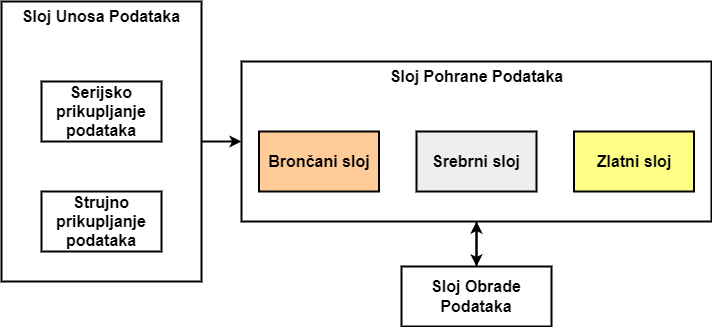
IvanDerdicDer/seminar2 keeps this draw.io diagram as images/arhitektura.drawio.png. Above is the earlier version. Source tidied: cells renumbered, new cells last; positions are measured from the earlier drawing's top-left corner, leaving out a move shared by most shapes.
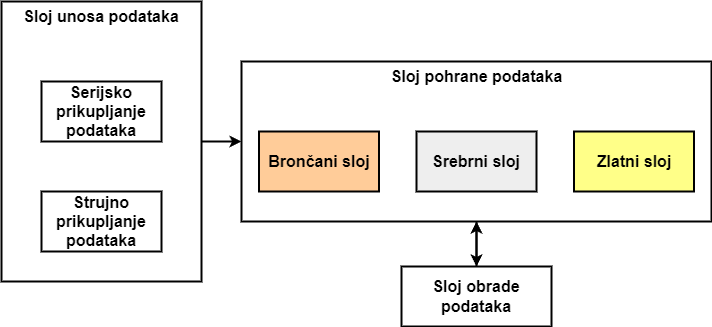
Later version of the same file.

Change to the diagram source:
```diff
@@ -8,7 +8,7 @@
     <mxCell id="3" style="rounded=0;whiteSpace=wrap;html=1;fontStyle=1;fontSize=16;strokeWidth=2;strokeColor=#000000;" parent="1" vertex="1">
       <mxGeometry width="200" height="280" as="geometry" />
     </mxCell>
-    <mxCell id="4" value="&lt;font style=&quot;font-size: 16px;&quot;&gt;Sloj Unosa Podataka&lt;/font&gt;" style="text;html=1;strokeColor=none;fillColor=none;align=center;verticalAlign=middle;whiteSpace=wrap;rounded=0;fontStyle=1;fontSize=16;strokeWidth=2;" parent="1" vertex="1">
+    <mxCell id="4" value="&lt;font style=&quot;font-size: 16px;&quot;&gt;Sloj unosa podataka&lt;/font&gt;" style="text;html=1;strokeColor=none;fillColor=none;align=center;verticalAlign=middle;whiteSpace=wrap;rounded=0;fontStyle=1;fontSize=16;strokeWidth=2;" parent="1" vertex="1">
       <mxGeometry x="15" width="170" height="30" as="geometry" />
     </mxCell>
     <mxCell id="5" value="Serijsko prikupljanje podataka" style="rounded=0;whiteSpace=wrap;html=1;fontSize=16;fontStyle=1;strokeWidth=2;strokeColor=#000000;" parent="1" vertex="1">
@@ -23,7 +23,7 @@
     <mxCell id="8" style="rounded=0;whiteSpace=wrap;html=1;fontStyle=1;fontSize=16;strokeWidth=2;strokeColor=#000000;" parent="1" vertex="1">
       <mxGeometry x="240" y="60" width="470" height="160" as="geometry" />
     </mxCell>
-    <mxCell id="9" value="Sloj Pohrane Podataka" style="text;html=1;strokeColor=none;fillColor=none;align=center;verticalAlign=middle;whiteSpace=wrap;rounded=0;fontSize=16;fontStyle=1;strokeWidth=2;" parent="1" vertex="1">
+    <mxCell id="9" value="Sloj pohrane podataka" style="text;html=1;strokeColor=none;fillColor=none;align=center;verticalAlign=middle;whiteSpace=wrap;rounded=0;fontSize=16;fontStyle=1;strokeWidth=2;" parent="1" vertex="1">
       <mxGeometry x="377.5" y="60" width="195" height="30" as="geometry" />
     </mxCell>
     <mxCell id="10" value="Brončani sloj" style="rounded=0;whiteSpace=wrap;html=1;fillColor=#ffcc99;strokeColor=#000000;fontSize=16;fontStyle=1;strokeWidth=2;" parent="1" vertex="1">
@@ -38,7 +38,7 @@
     <mxCell id="13" style="edgeStyle=orthogonalEdgeStyle;rounded=0;jettySize=auto;html=1;entryX=0.5;entryY=1;entryDx=0;entryDy=0;fontStyle=1;fontSize=16;strokeWidth=2;strokeColor=#000000;" parent="1" edge="1" source="14" target="8">
       <mxGeometry relative="1" as="geometry" />
     </mxCell>
-    <mxCell id="14" value="Sloj Obrade Podataka" style="rounded=0;whiteSpace=wrap;html=1;fontSize=16;fontStyle=1;strokeWidth=2;strokeColor=#000000;" parent="1" vertex="1">
+    <mxCell id="14" value="Sloj obrade podataka" style="rounded=0;whiteSpace=wrap;html=1;fontSize=16;fontStyle=1;strokeWidth=2;strokeColor=#000000;" parent="1" vertex="1">
       <mxGeometry x="400" y="265" width="150" height="60" as="geometry" />
     </mxCell>
   </root>
```
